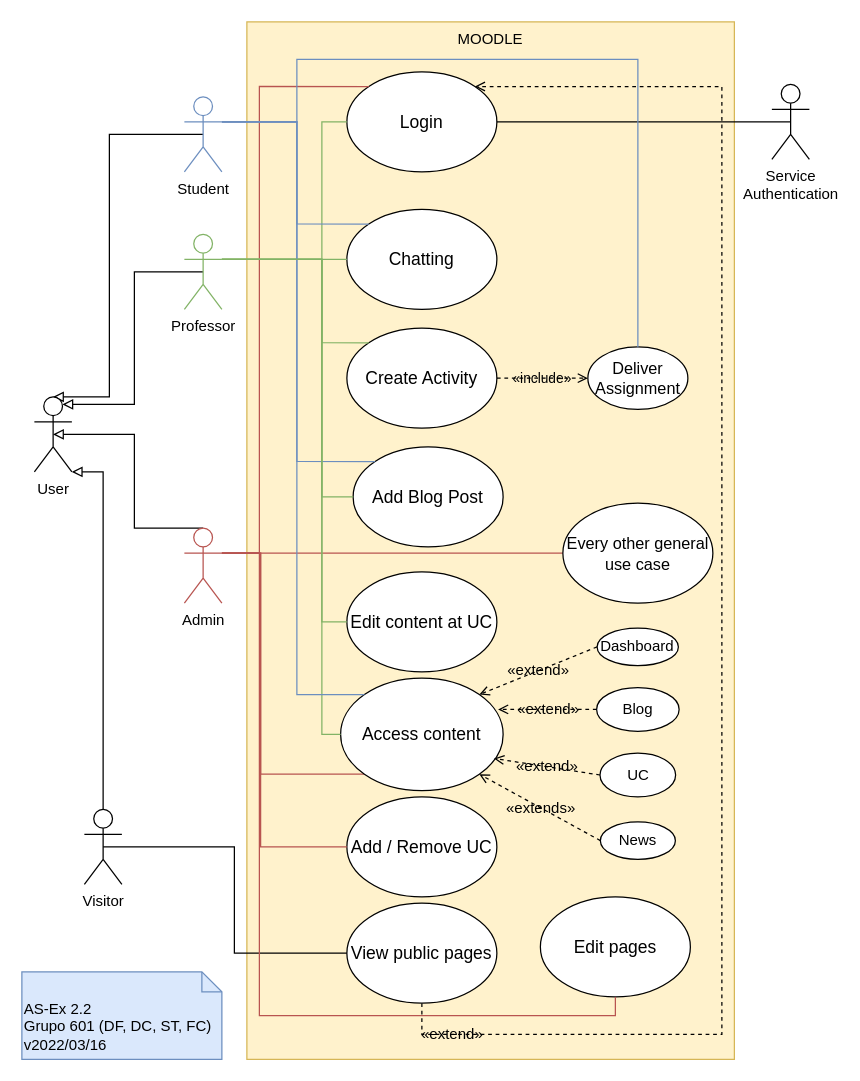
DavidAraujo98/AS keeps this draw.io diagram as page "2.2" (1 of 3) of P/P2/P2.drawio. Above is the earlier version. Source tidied: cells renumbered, new cells numbered last; positions are measured from the earlier drawing's top-left corner, leaving out a move shared by most shapes. Both pictures are drawn from the tidied source at 125%, with x=0, y=0 at pixel (21, 21).
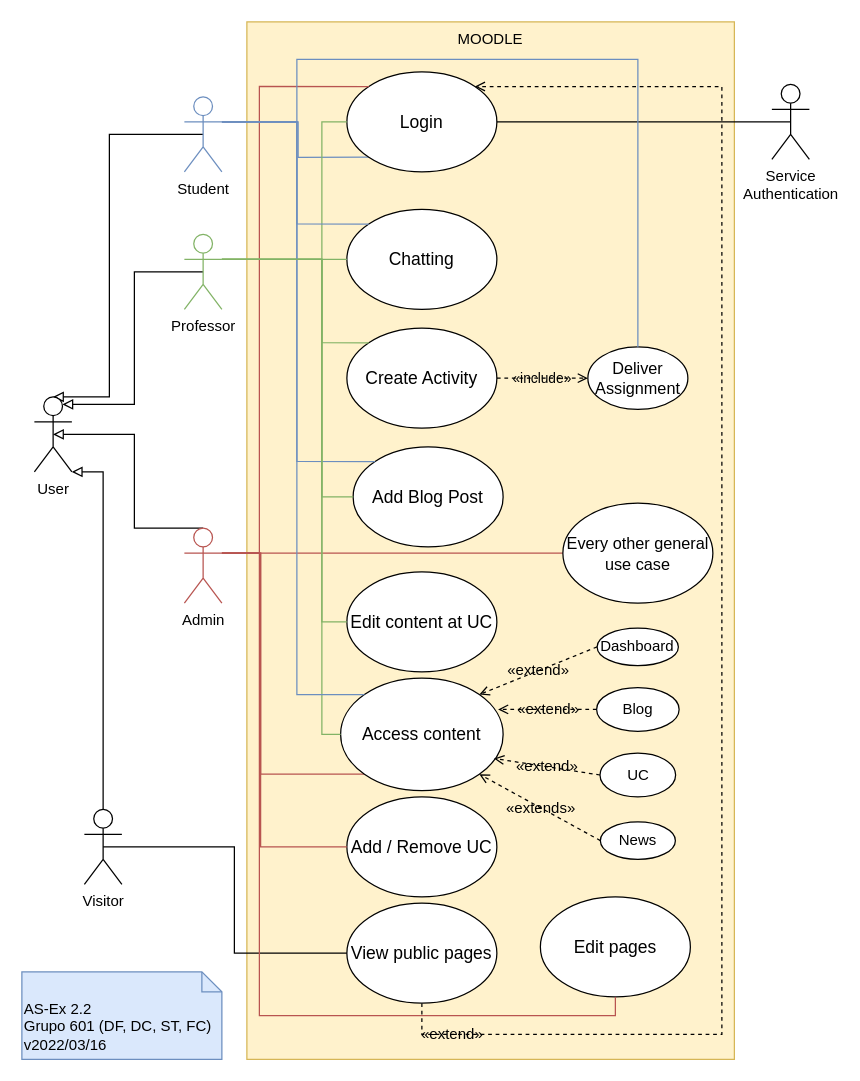
After the change.

The change refers to these unchanged cells:
```xml
<mxCell id="4" value="&lt;div&gt;Student&lt;/div&gt;" style="shape=umlActor;verticalLabelPosition=bottom;verticalAlign=top;html=1;outlineConnect=0;strokeColor=#6C8EBF;" parent="1" vertex="1">
  <mxGeometry x="130" y="60" width="30" height="60" as="geometry" />
</mxCell>
<mxCell id="10" value="&lt;div&gt;Admin&lt;/div&gt;" style="shape=umlActor;verticalLabelPosition=bottom;verticalAlign=top;html=1;outlineConnect=0;strokeColor=#B85450;" parent="1" vertex="1">
  <mxGeometry x="130" y="405" width="30" height="60" as="geometry" />
</mxCell>
<mxCell id="14" value="&lt;div style=&quot;font-size: 14px&quot;&gt;&lt;font style=&quot;font-size: 14px&quot;&gt;Login&lt;/font&gt;&lt;/div&gt;" style="ellipse;whiteSpace=wrap;html=1;" parent="1" vertex="1">
  <mxGeometry x="260" y="40" width="120" height="80" as="geometry" />
</mxCell>
<mxCell id="23" value="&lt;font style=&quot;font-size: 13px&quot;&gt;Deliver Assignment&lt;/font&gt;" style="ellipse;whiteSpace=wrap;html=1;" parent="1" vertex="1">
  <mxGeometry x="452.8" y="260" width="80" height="50" as="geometry" />
</mxCell>
```

Change to the diagram source:
```diff
@@
+    <mxCell id="53" style="edgeStyle=orthogonalEdgeStyle;rounded=0;jettySize=auto;html=1;exitX=1;exitY=0.3333333333333333;exitDx=0;exitDy=0;exitPerimeter=0;entryX=0;entryY=1;entryDx=0;entryDy=0;endArrow=none;endFill=0;strokeColor=#6C8EBF;" parent="1" edge="1" source="4" target="14">
+      <mxGeometry relative="1" as="geometry">
+        <Array as="points">
+          <mxPoint x="221" y="80" />
+          <mxPoint x="221" y="108" />
+        </Array>
+      </mxGeometry>
+    </mxCell>
@@
     <mxCell id="31" style="endArrow=none;html=1;rounded=0;exitX=1;exitY=0.3333333333333333;exitDx=0;exitDy=0;exitPerimeter=0;entryX=0;entryY=0;entryDx=0;entryDy=0;endFill=0;fillColor=#f8cecc;strokeColor=#b85450;gradientColor=#ea6b66;edgeStyle=orthogonalEdgeStyle;" parent="1" edge="1" source="10" target="14">
       <mxGeometry relative="1" as="geometry">
         <Array as="points">
-          <mxPoint x="190" y="400" />
+          <mxPoint x="190" y="425" />
           <mxPoint x="190" y="52" />
-          <mxPoint x="260" y="52" />
+          <mxPoint x="278" y="52" />
         </Array>
       </mxGeometry>
     </mxCell>
@@
-    <mxCell id="35" style="endArrow=none;html=1;rounded=0;exitX=1;exitY=0.3333333333333333;exitDx=0;exitDy=0;exitPerimeter=0;entryX=0.5;entryY=0;entryDx=0;entryDy=0;fillColor=#dae8fc;strokeColor=#6c8ebf;edgeStyle=orthogonalEdgeStyle;" parent="1" edge="1" source="4" target="23">
+    <mxCell id="35" style="endArrow=none;html=1;rounded=0;exitX=1;exitY=0.3333333333333333;exitDx=0;exitDy=0;exitPerimeter=0;entryX=0.5;entryY=0;entryDx=0;entryDy=0;fillColor=#dae8fc;strokeColor=#6C8EBF;edgeStyle=orthogonalEdgeStyle;" parent="1" edge="1" source="4" target="23">
       <mxGeometry relative="1" as="geometry">
         <Array as="points">
           <mxPoint x="220" y="80" />
           <mxPoint x="220" y="30" />
           <mxPoint x="493" y="30" />
         </Array>
       </mxGeometry>
     </mxCell>
```
